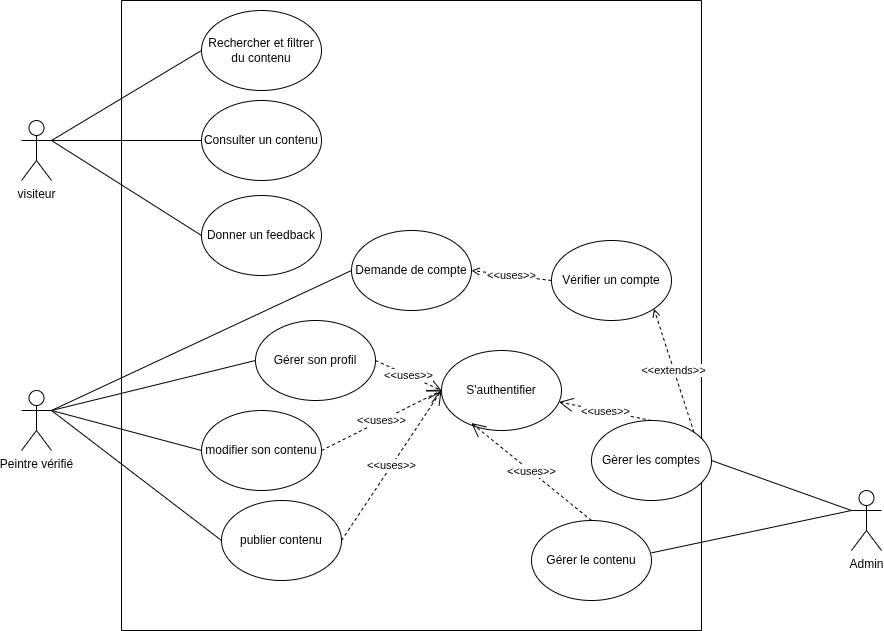
Before: Conception/Diagrammes/DiagrammeCasUtilisation.png, a diagram exported from draw.io (Pablo-Solomons/Painting_Business_Core). Source tidied: cells renumbered, new cells last; positions are measured from the earlier drawing's top-left corner, leaving out a move shared by most shapes.
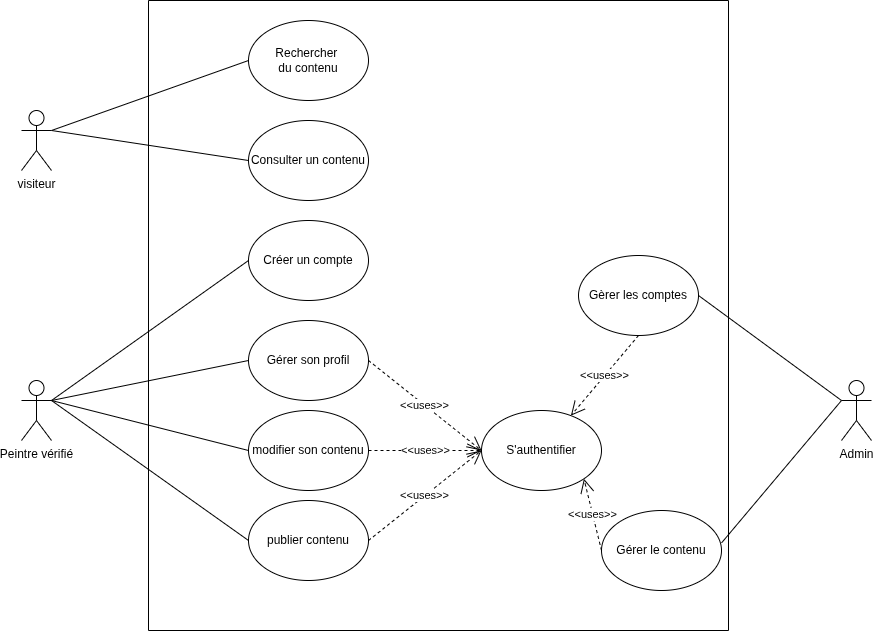
After the change.

The edit, as a diff of the source:
```diff
@@ -3,25 +3,25 @@
     <mxCell id="0" />
     <mxCell id="1" parent="0" />
     <mxCell id="2" style="swimlane;startSize=0;" parent="1" vertex="1">
-      <mxGeometry x="100" width="580" height="630" as="geometry" />
+      <mxGeometry x="127" y="10" width="580" height="630" as="geometry" />
     </mxCell>
-    <mxCell id="3" value="Rechercher et filtrer&lt;div&gt;du contenu&lt;/div&gt;" style="ellipse;whiteSpace=wrap;html=1;" parent="2" vertex="1">
-      <mxGeometry x="80" y="10" width="120" height="80" as="geometry" />
+    <mxCell id="3" value="Rechercher&amp;nbsp;&lt;div&gt;du contenu&lt;/div&gt;" style="ellipse;whiteSpace=wrap;html=1;" parent="2" vertex="1">
+      <mxGeometry x="100" y="20" width="120" height="80" as="geometry" />
     </mxCell>
     <mxCell id="4" value="Consulter un contenu" style="ellipse;whiteSpace=wrap;html=1;" parent="2" vertex="1">
-      <mxGeometry x="80" y="100" width="120" height="80" as="geometry" />
+      <mxGeometry x="100" y="120" width="120" height="80" as="geometry" />
     </mxCell>
     <mxCell id="5" value="Gérer son profil" style="ellipse;whiteSpace=wrap;html=1;" parent="2" vertex="1">
-      <mxGeometry x="134" y="320" width="120" height="80" as="geometry" />
+      <mxGeometry x="100" y="320" width="120" height="80" as="geometry" />
     </mxCell>
     <mxCell id="6" value="publier contenu" style="ellipse;whiteSpace=wrap;html=1;" parent="2" vertex="1">
       <mxGeometry x="100" y="500" width="120" height="80" as="geometry" />
     </mxCell>
     <mxCell id="7" value="S'authentifier" style="ellipse;whiteSpace=wrap;html=1;" parent="2" vertex="1">
-      <mxGeometry x="320" y="350" width="120" height="80" as="geometry" />
+      <mxGeometry x="333" y="410" width="120" height="80" as="geometry" />
     </mxCell>
     <mxCell id="8" value="modifier son contenu" style="ellipse;whiteSpace=wrap;html=1;" parent="2" vertex="1">
-      <mxGeometry x="80" y="410" width="120" height="80" as="geometry" />
+      <mxGeometry x="100" y="410" width="120" height="80" as="geometry" />
     </mxCell>
     <mxCell id="9" value="&lt;span style=&quot;color: rgb(0, 0, 0);&quot;&gt;&amp;lt;&amp;lt;uses&amp;gt;&amp;gt;&lt;/span&gt;" style="endArrow=open;endSize=12;dashed=1;html=1;rounded=0;exitX=1;exitY=0.5;exitDx=0;exitDy=0;entryX=0;entryY=0.5;entryDx=0;entryDy=0;" parent="2" edge="1" source="6" target="7">
       <mxGeometry relative="1" as="geometry" />
@@ -30,40 +30,23 @@
       <mxGeometry relative="1" as="geometry" />
     </mxCell>
     <mxCell id="11" value="Gèrer les comptes" style="ellipse;whiteSpace=wrap;html=1;" parent="2" vertex="1">
-      <mxGeometry x="470" y="420" width="120" height="80" as="geometry" />
+      <mxGeometry x="430" y="255" width="120" height="80" as="geometry" />
     </mxCell>
     <mxCell id="12" value="Gérer le contenu" style="ellipse;whiteSpace=wrap;html=1;" parent="2" vertex="1">
-      <mxGeometry x="410" y="520" width="120" height="80" as="geometry" />
+      <mxGeometry x="453" y="510" width="120" height="80" as="geometry" />
     </mxCell>
     <mxCell id="13" value="&lt;span style=&quot;color: rgb(0, 0, 0);&quot;&gt;&amp;lt;&amp;lt;uses&amp;gt;&amp;gt;&lt;/span&gt;" style="endArrow=open;endSize=12;dashed=1;html=1;rounded=0;exitX=1;exitY=0.5;exitDx=0;exitDy=0;entryX=0;entryY=0.5;entryDx=0;entryDy=0;" parent="2" edge="1" source="8" target="7">
       <mxGeometry relative="1" as="geometry" />
     </mxCell>
-    <mxCell id="14" value="&lt;span style=&quot;color: rgb(0, 0, 0);&quot;&gt;&amp;lt;&amp;lt;uses&amp;gt;&amp;gt;&lt;/span&gt;" style="endArrow=open;endSize=12;dashed=1;html=1;rounded=0;exitX=0.5;exitY=0;exitDx=0;exitDy=0;" parent="2" edge="1" source="11" target="7">
+    <mxCell id="14" value="&lt;span style=&quot;color: rgb(0, 0, 0);&quot;&gt;&amp;lt;&amp;lt;uses&amp;gt;&amp;gt;&lt;/span&gt;" style="endArrow=open;endSize=12;dashed=1;html=1;rounded=0;exitX=0.5;exitY=1;exitDx=0;exitDy=0;" parent="2" edge="1" source="11" target="7">
       <mxGeometry relative="1" as="geometry" />
     </mxCell>
-    <mxCell id="15" value="&lt;span style=&quot;color: rgb(0, 0, 0);&quot;&gt;&amp;lt;&amp;lt;uses&amp;gt;&amp;gt;&lt;/span&gt;" style="endArrow=open;endSize=12;dashed=1;html=1;rounded=0;exitX=0.5;exitY=0;exitDx=0;exitDy=0;entryX=0.249;entryY=0.907;entryDx=0;entryDy=0;entryPerimeter=0;" parent="2" edge="1" source="12" target="7">
+    <mxCell id="15" value="&lt;span style=&quot;color: rgb(0, 0, 0);&quot;&gt;&amp;lt;&amp;lt;uses&amp;gt;&amp;gt;&lt;/span&gt;" style="endArrow=open;endSize=12;dashed=1;html=1;rounded=0;exitX=0;exitY=0.5;exitDx=0;exitDy=0;entryX=1;entryY=1;entryDx=0;entryDy=0;" parent="2" edge="1" source="12" target="7">
       <mxGeometry relative="1" as="geometry" />
     </mxCell>
-    <mxCell id="16" style="endArrow=none;html=1;rounded=0;entryX=0;entryY=0.5;entryDx=0;entryDy=0;" parent="2" edge="1" target="17">
-      <mxGeometry relative="1" as="geometry">
-        <mxPoint x="-70" y="140" as="sourcePoint" />
-      </mxGeometry>
-    </mxCell>
-    <mxCell id="17" value="Donner un feedback" style="ellipse;whiteSpace=wrap;html=1;" parent="2" vertex="1">
-      <mxGeometry x="80" y="195" width="120" height="80" as="geometry" />
-    </mxCell>
-    <mxCell id="18" value="Demande de compte" style="ellipse;whiteSpace=wrap;html=1;" parent="2" vertex="1">
-      <mxGeometry x="230" y="230" width="120" height="80" as="geometry" />
+    <mxCell id="18" value="Créer un compte" style="ellipse;whiteSpace=wrap;html=1;" parent="2" vertex="1">
+      <mxGeometry x="100" y="220" width="120" height="80" as="geometry" />
     </mxCell>
-    <mxCell id="19" value="Vérifier un compte" style="ellipse;whiteSpace=wrap;html=1;" parent="2" vertex="1">
-      <mxGeometry x="430" y="240" width="120" height="80" as="geometry" />
-    </mxCell>
-    <mxCell id="20" value="&amp;lt;&amp;lt;uses&amp;gt;&amp;gt;" style="edgeStyle=none;html=1;exitX=0;exitY=0.5;exitDx=0;exitDy=0;dashed=1;endArrow=open;endFill=0;entryX=1;entryY=0.5;entryDx=0;entryDy=0;" parent="2" edge="1" source="19" target="18">
-      <mxGeometry relative="1" as="geometry" />
-    </mxCell>
-    <mxCell id="21" value="&amp;lt;&amp;lt;extends&amp;gt;&amp;gt;" style="edgeStyle=none;html=1;exitX=1;exitY=0;exitDx=0;exitDy=0;dashed=1;endArrow=open;endFill=0;entryX=1;entryY=1;entryDx=0;entryDy=0;" parent="2" edge="1" source="11" target="19">
-      <mxGeometry relative="1" as="geometry" />
-    </mxCell>
     <mxCell id="22" value="Peintre vérifié" style="shape=umlActor;verticalLabelPosition=bottom;verticalAlign=top;html=1;outlineConnect=0;" parent="1" vertex="1">
       <mxGeometry y="390" width="30" height="60" as="geometry" />
     </mxCell>
@@ -71,7 +54,7 @@
       <mxGeometry y="120" width="30" height="60" as="geometry" />
     </mxCell>
     <mxCell id="24" value="Admin" style="shape=umlActor;verticalLabelPosition=bottom;verticalAlign=top;html=1;outlineConnect=0;" parent="1" vertex="1">
-      <mxGeometry x="830" y="490" width="30" height="60" as="geometry" />
+      <mxGeometry x="820" y="390" width="30" height="60" as="geometry" />
     </mxCell>
     <mxCell id="25" style="endArrow=none;html=1;rounded=0;entryX=0;entryY=0.5;entryDx=0;entryDy=0;exitX=1;exitY=0.3333333333333333;exitDx=0;exitDy=0;exitPerimeter=0;" parent="1" edge="1" source="23" target="4">
       <mxGeometry relative="1" as="geometry" />
```
